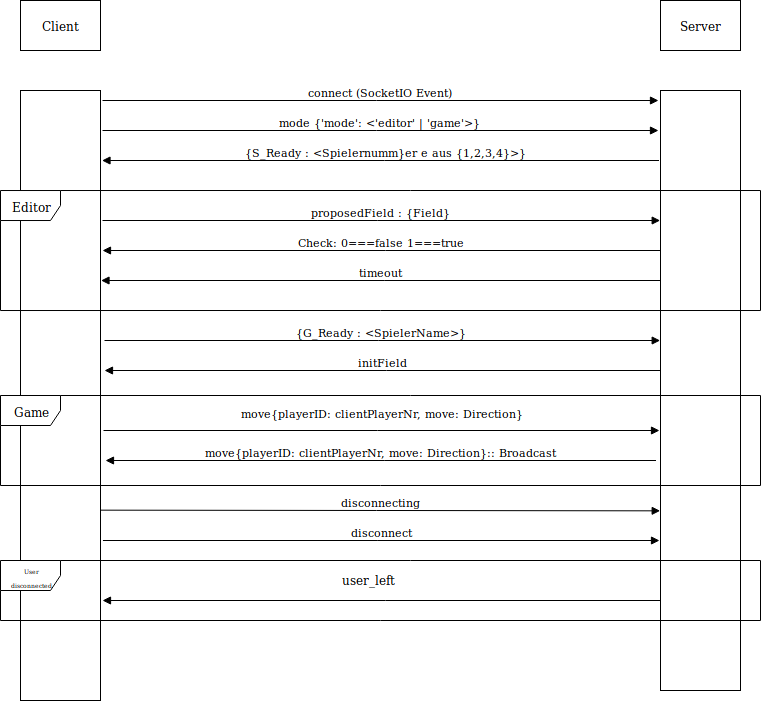
LazerLambda/js-thebest keeps this draw.io diagram as Server/Sequenz.png. Above is the earlier version. Source tidied: cells renumbered, new cells last; positions are measured from the earlier drawing's top-left corner, leaving out a move shared by most shapes.
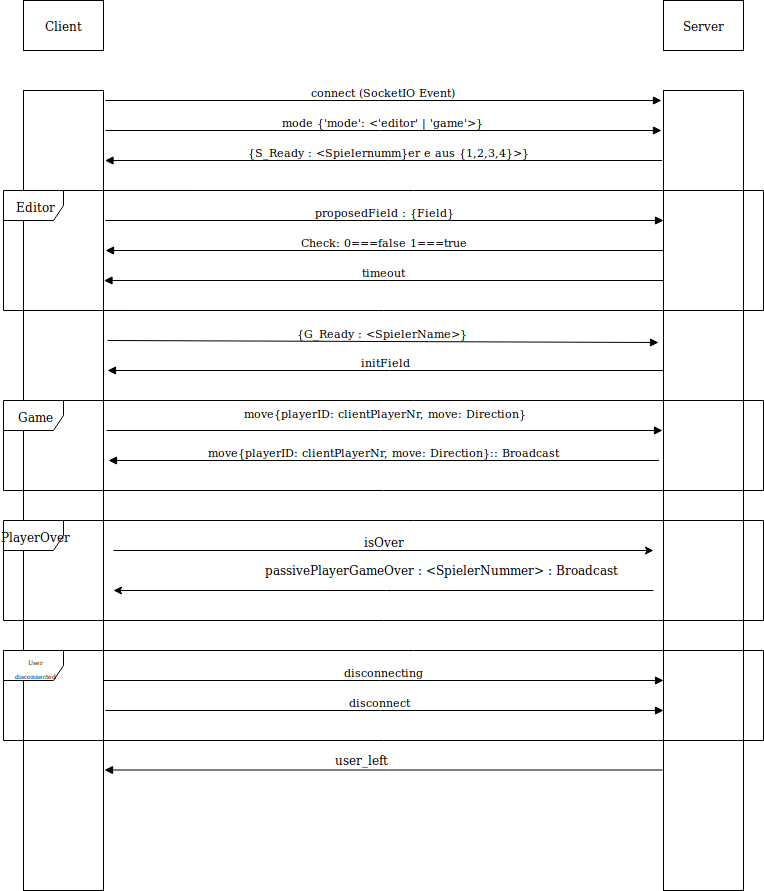
After the commit.

Diff of the diagram source:
```diff
@@ -3,10 +3,10 @@
     <mxCell id="0" />
     <mxCell id="1" parent="0" />
     <mxCell id="2" style="html=1;points=[];perimeter=orthogonalPerimeter;" parent="1" vertex="1">
-      <mxGeometry x="20" y="90" width="80" height="610" as="geometry" />
+      <mxGeometry x="20" y="90" width="80" height="800" as="geometry" />
     </mxCell>
     <mxCell id="3" style="html=1;points=[];perimeter=orthogonalPerimeter;" parent="1" vertex="1">
-      <mxGeometry x="660" y="90" width="80" height="600" as="geometry" />
+      <mxGeometry x="660" y="90" width="80" height="800" as="geometry" />
     </mxCell>
     <mxCell id="4" value="connect (SocketIO Event)" style="html=1;verticalAlign=bottom;endArrow=block;" parent="1" edge="1">
       <mxGeometry relative="1" as="geometry">
@@ -14,9 +14,10 @@
         <mxPoint x="658" y="100" as="targetPoint" />
       </mxGeometry>
     </mxCell>
-    <mxCell id="5" value="{G_Ready : &amp;lt;SpielerName&amp;gt;}" style="html=1;verticalAlign=bottom;endArrow=block;entryX=0;entryY=0.417;entryDx=0;entryDy=0;entryPerimeter=0;" parent="1" edge="1" target="3">
+    <mxCell id="5" value="{G_Ready : &amp;lt;SpielerName&amp;gt;}" style="html=1;verticalAlign=bottom;endArrow=block;" parent="1" edge="1">
       <mxGeometry relative="1" as="geometry">
         <mxPoint x="104" y="340" as="sourcePoint" />
+        <mxPoint x="655" y="342" as="targetPoint" />
       </mxGeometry>
     </mxCell>
     <mxCell id="6" value="initField" style="html=1;verticalAlign=bottom;endArrow=block;" parent="1" edge="1" source="3">
@@ -41,16 +42,13 @@
     </mxCell>
     <mxCell id="10" style="html=1;verticalAlign=bottom;endArrow=block;" parent="1" edge="1">
       <mxGeometry relative="1" as="geometry">
-        <mxPoint x="660" y="600" as="sourcePoint" />
-        <mxPoint x="102" y="600" as="targetPoint" />
+        <mxPoint x="659" y="769.5" as="sourcePoint" />
+        <mxPoint x="101" y="769.5" as="targetPoint" />
       </mxGeometry>
     </mxCell>
     <mxCell id="11" value="user_left" style="text;html=1;align=left;verticalAlign=top;spacingTop=-4;" parent="1" vertex="1">
-      <mxGeometry x="340" y="570" width="70" height="20" as="geometry" />
+      <mxGeometry x="330" y="750" width="70" height="20" as="geometry" />
     </mxCell>
-    <mxCell id="12" value="&lt;div&gt;&lt;font style=&quot;font-size: 6px&quot;&gt;User&lt;/font&gt;&lt;/div&gt;&lt;div&gt;&lt;font style=&quot;font-size: 6px&quot;&gt;disconnected&lt;/font&gt;&lt;/div&gt;" style="shape=umlFrame;whiteSpace=wrap;html=1;" parent="1" vertex="1">
-      <mxGeometry y="560" width="760" height="60" as="geometry" />
-    </mxCell>
     <mxCell id="13" value="Server" style="html=1;" parent="1" vertex="1">
       <mxGeometry x="660" width="80" height="50" as="geometry" />
     </mxCell>
@@ -61,7 +59,7 @@
       </mxGeometry>
     </mxCell>
     <mxCell id="15" value="Game" style="shape=umlFrame;whiteSpace=wrap;html=1;" parent="1" vertex="1">
-      <mxGeometry y="395" width="760" height="90" as="geometry" />
+      <mxGeometry y="400" width="760" height="90" as="geometry" />
     </mxCell>
     <mxCell id="16" value="{S_Ready : &amp;lt;Spielernumm}er e aus {1,2,3,4}&amp;gt;}" style="html=1;verticalAlign=bottom;endArrow=block;" parent="1" edge="1">
       <mxGeometry x="-0.02" relative="1" as="geometry">
@@ -69,7 +67,7 @@
         <mxPoint x="101.5" y="160" as="targetPoint" />
       </mxGeometry>
     </mxCell>
-    <mxCell id="17" value="proposedField : {Field}" style="html=1;verticalAlign=bottom;endArrow=block;entryX=0;entryY=0.217;entryDx=0;entryDy=0;entryPerimeter=0;" parent="1" edge="1" target="3">
+    <mxCell id="17" value="proposedField : {Field}" style="html=1;verticalAlign=bottom;endArrow=block;" parent="1" edge="1" target="3">
       <mxGeometry relative="1" as="geometry">
         <mxPoint x="102" y="220" as="sourcePoint" />
       </mxGeometry>
@@ -89,13 +87,39 @@
     <mxCell id="20" value="Editor" style="shape=umlFrame;whiteSpace=wrap;html=1;" parent="1" vertex="1">
       <mxGeometry y="190" width="760" height="120" as="geometry" />
     </mxCell>
-    <mxCell id="21" value="disconnecting" style="html=1;verticalAlign=bottom;endArrow=block;entryX=0;entryY=0.7;entryDx=0;entryDy=0;entryPerimeter=0;exitX=1.006;exitY=0.688;exitDx=0;exitDy=0;exitPerimeter=0;" parent="1" edge="1" source="2" target="3">
-      <mxGeometry relative="1" as="geometry" />
+    <mxCell id="21" value="disconnecting" style="html=1;verticalAlign=bottom;endArrow=block;entryX=0;entryY=0.738;entryDx=0;entryDy=0;entryPerimeter=0;" parent="1" edge="1" target="3">
+      <mxGeometry relative="1" as="geometry">
+        <mxPoint x="100" y="680" as="sourcePoint" />
+      </mxGeometry>
     </mxCell>
+    <mxCell id="23" style="endArrow=classic;html=1;" parent="1" edge="1">
+      <mxGeometry relative="1" as="geometry">
+        <mxPoint x="110" y="550" as="sourcePoint" />
+        <mxPoint x="650" y="550" as="targetPoint" />
+      </mxGeometry>
+    </mxCell>
+    <mxCell id="24" value="isOver" style="text;html=1;align=center;verticalAlign=middle;labelBackgroundColor=#ffffff;" parent="23" vertex="1">
+      <mxGeometry x="0.07" y="1" relative="1" as="geometry">
+        <mxPoint x="-18" y="-9" as="offset" />
+      </mxGeometry>
+    </mxCell>
+    <mxCell id="25" style="endArrow=classic;html=1;" parent="1" edge="1">
+      <mxGeometry relative="1" as="geometry">
+        <mxPoint x="650" y="590" as="sourcePoint" />
+        <mxPoint x="110" y="590" as="targetPoint" />
+      </mxGeometry>
+    </mxCell>
+    <mxCell id="26" value="passivePlayerGameOver : &amp;lt;SpielerNummer&amp;gt; : Broadcast" style="text;html=1;align=left;verticalAlign=top;spacingTop=-4;" parent="1" vertex="1">
+      <mxGeometry x="260" y="560" width="370" height="20" as="geometry" />
+    </mxCell>
+    <mxCell id="12" value="&lt;div&gt;&lt;font style=&quot;font-size: 6px&quot;&gt;User&lt;/font&gt;&lt;/div&gt;&lt;div&gt;&lt;font style=&quot;font-size: 6px&quot;&gt;disconnected&lt;/font&gt;&lt;/div&gt;" style="shape=umlFrame;whiteSpace=wrap;html=1;" parent="1" vertex="1">
+      <mxGeometry y="650" width="760" height="90" as="geometry" />
+    </mxCell>
-    <mxCell id="22" value="disconnect" style="html=1;verticalAlign=bottom;endArrow=block;exitX=1.029;exitY=0.738;exitDx=0;exitDy=0;exitPerimeter=0;" parent="1" edge="1" source="2">
-      <mxGeometry relative="1" as="geometry">
-        <mxPoint x="659" y="540" as="targetPoint" />
-      </mxGeometry>
+    <mxCell id="22" value="disconnect" style="html=1;verticalAlign=bottom;endArrow=block;exitX=1.025;exitY=0.775;exitDx=0;exitDy=0;exitPerimeter=0;" parent="1" edge="1" source="2" target="3">
+      <mxGeometry x="-0.02" relative="1" as="geometry" />
     </mxCell>
+    <mxCell id="27" value="PlayerOver" style="shape=umlFrame;whiteSpace=wrap;html=1;" parent="1" vertex="1">
+      <mxGeometry y="520" width="760" height="100" as="geometry" />
+    </mxCell>
   </root>
 </mxGraphModel>
```
